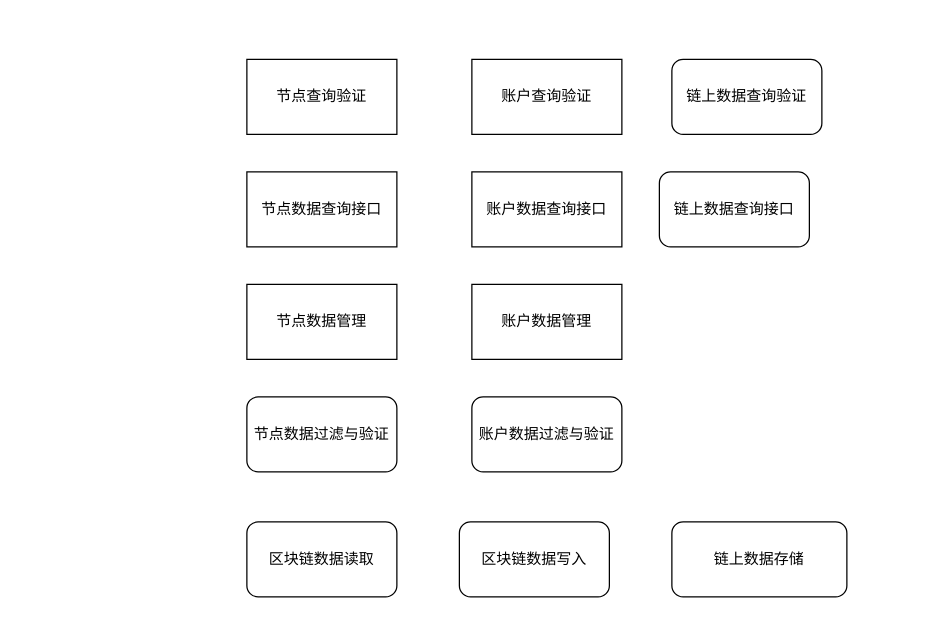
Above: 有传框架.drawio in frankyzf/drawio (draw.io), before the change. Source tidied: cells renumbered, new cells numbered last; positions are measured from the earlier drawing's top-left corner, leaving out a move shared by most shapes. Both pictures are drawn from the tidied source at 125%, with x=0, y=0 at pixel (246, 59).
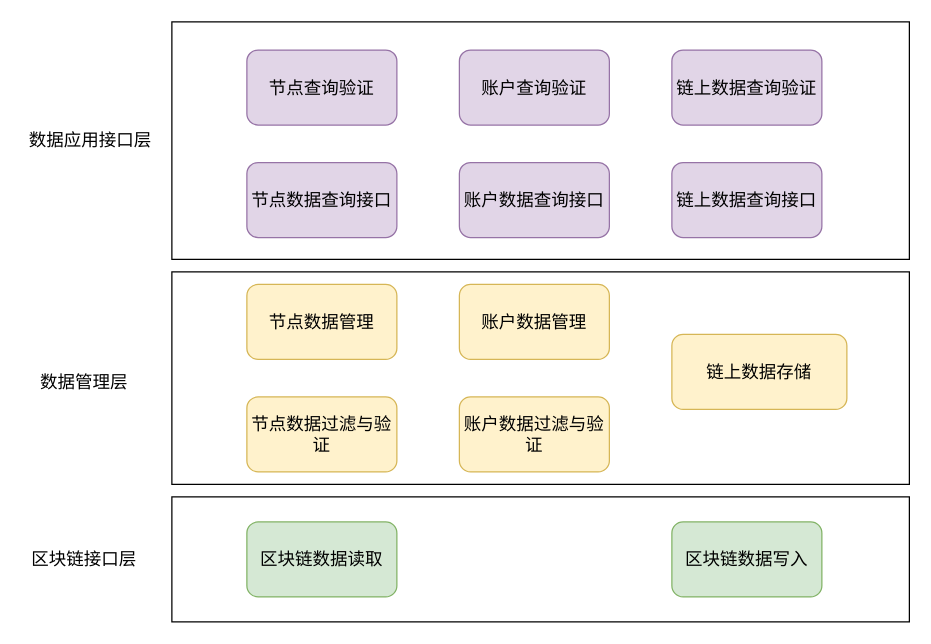
The same diagram, later.

Diff of the diagram source:
```diff
@@
+    <mxCell id="15" style="rounded=0;whiteSpace=wrap;html=1;fontSize=14;" parent="1" vertex="1">
+      <mxGeometry x="-60" y="-30" width="590" height="190" as="geometry" />
+    </mxCell>
+    <mxCell id="16" style="rounded=0;whiteSpace=wrap;html=1;fontSize=14;" parent="1" vertex="1">
+      <mxGeometry x="-60" y="170" width="590" height="170" as="geometry" />
+    </mxCell>
+    <mxCell id="17" style="rounded=0;whiteSpace=wrap;html=1;fontSize=14;" parent="1" vertex="1">
+      <mxGeometry x="-60" y="350" width="590" height="100" as="geometry" />
+    </mxCell>
-    <mxCell id="2" value="区块链数据读取" style="rounded=1;whiteSpace=wrap;html=1;" parent="1" vertex="1">
+    <mxCell id="2" value="区块链数据读取" style="rounded=1;whiteSpace=wrap;html=1;fontSize=14;fillColor=#d5e8d4;strokeColor=#82b366;" parent="1" vertex="1">
       <mxGeometry y="370" width="120" height="60" as="geometry" />
     </mxCell>
-    <mxCell id="3" value="区块链数据写入" style="rounded=1;whiteSpace=wrap;html=1;" parent="1" vertex="1">
-      <mxGeometry x="170" y="370" width="120" height="60" as="geometry" />
+    <mxCell id="3" value="区块链数据写入" style="rounded=1;whiteSpace=wrap;html=1;fontSize=14;fillColor=#d5e8d4;strokeColor=#82b366;" parent="1" vertex="1">
+      <mxGeometry x="340" y="370" width="120" height="60" as="geometry" />
     </mxCell>
-    <mxCell id="4" value="节点数据过滤与验证" style="rounded=1;whiteSpace=wrap;html=1;" parent="1" vertex="1">
+    <mxCell id="4" value="节点数据过滤与验证" style="rounded=1;whiteSpace=wrap;html=1;fontSize=14;fillColor=#fff2cc;strokeColor=#d6b656;" parent="1" vertex="1">
       <mxGeometry y="270" width="120" height="60" as="geometry" />
     </mxCell>
-    <mxCell id="5" value="节点数据管理" style="rounded=0;whiteSpace=wrap;html=1;" parent="1" vertex="1">
+    <mxCell id="5" value="节点数据管理" style="rounded=1;whiteSpace=wrap;html=1;fontSize=14;fillColor=#fff2cc;strokeColor=#d6b656;" parent="1" vertex="1">
       <mxGeometry y="180" width="120" height="60" as="geometry" />
     </mxCell>
-    <mxCell id="6" value="节点数据查询接口" style="rounded=0;whiteSpace=wrap;html=1;" parent="1" vertex="1">
-      <mxGeometry y="90" width="120" height="60" as="geometry" />
+    <mxCell id="6" value="节点数据查询接口" style="rounded=1;whiteSpace=wrap;html=1;fontSize=14;fillColor=#e1d5e7;strokeColor=#9673a6;" parent="1" vertex="1">
+      <mxGeometry y="82.5" width="120" height="60" as="geometry" />
     </mxCell>
-    <mxCell id="7" value="账户数据过滤与验证" style="rounded=1;whiteSpace=wrap;html=1;" parent="1" vertex="1">
-      <mxGeometry x="180" y="270" width="120" height="60" as="geometry" />
+    <mxCell id="7" value="账户数据过滤与验证" style="rounded=1;whiteSpace=wrap;html=1;fontSize=14;fillColor=#fff2cc;strokeColor=#d6b656;" parent="1" vertex="1">
+      <mxGeometry x="170" y="270" width="120" height="60" as="geometry" />
     </mxCell>
-    <mxCell id="8" value="节点查询验证" style="rounded=0;whiteSpace=wrap;html=1;" parent="1" vertex="1">
-      <mxGeometry width="120" height="60" as="geometry" />
+    <mxCell id="8" value="节点查询验证" style="rounded=1;whiteSpace=wrap;html=1;fontSize=14;fillColor=#e1d5e7;strokeColor=#9673a6;" parent="1" vertex="1">
+      <mxGeometry y="-7.5" width="120" height="60" as="geometry" />
     </mxCell>
-    <mxCell id="9" value="账户数据管理" style="rounded=0;whiteSpace=wrap;html=1;" parent="1" vertex="1">
-      <mxGeometry x="180" y="180" width="120" height="60" as="geometry" />
+    <mxCell id="9" value="账户数据管理" style="rounded=1;whiteSpace=wrap;html=1;fontSize=14;fillColor=#fff2cc;strokeColor=#d6b656;" parent="1" vertex="1">
+      <mxGeometry x="170" y="180" width="120" height="60" as="geometry" />
     </mxCell>
-    <mxCell id="10" value="账户数据查询接口" style="rounded=0;whiteSpace=wrap;html=1;" parent="1" vertex="1">
-      <mxGeometry x="180" y="90" width="120" height="60" as="geometry" />
+    <mxCell id="10" value="账户数据查询接口" style="rounded=1;whiteSpace=wrap;html=1;fontSize=14;fillColor=#e1d5e7;strokeColor=#9673a6;" parent="1" vertex="1">
+      <mxGeometry x="170" y="82.5" width="120" height="60" as="geometry" />
     </mxCell>
-    <mxCell id="11" value="账户查询验证" style="rounded=0;whiteSpace=wrap;html=1;" parent="1" vertex="1">
-      <mxGeometry x="180" width="120" height="60" as="geometry" />
+    <mxCell id="11" value="账户查询验证" style="rounded=1;whiteSpace=wrap;html=1;fontSize=14;fillColor=#e1d5e7;strokeColor=#9673a6;" parent="1" vertex="1">
+      <mxGeometry x="170" y="-7.5" width="120" height="60" as="geometry" />
     </mxCell>
-    <mxCell id="12" value="链上数据存储" style="rounded=1;whiteSpace=wrap;html=1;" parent="1" vertex="1">
-      <mxGeometry x="340" y="370" width="140" height="60" as="geometry" />
+    <mxCell id="12" value="链上数据存储" style="rounded=1;whiteSpace=wrap;html=1;fontSize=14;fillColor=#fff2cc;strokeColor=#d6b656;" parent="1" vertex="1">
+      <mxGeometry x="340" y="220" width="140" height="60" as="geometry" />
     </mxCell>
-    <mxCell id="13" value="链上数据查询接口" style="rounded=1;whiteSpace=wrap;html=1;" parent="1" vertex="1">
-      <mxGeometry x="330" y="90" width="120" height="60" as="geometry" />
+    <mxCell id="13" value="链上数据查询接口" style="rounded=1;whiteSpace=wrap;html=1;fontSize=14;fillColor=#e1d5e7;strokeColor=#9673a6;" parent="1" vertex="1">
+      <mxGeometry x="340" y="82.5" width="120" height="60" as="geometry" />
     </mxCell>
-    <mxCell id="14" value="链上数据查询验证" style="rounded=1;whiteSpace=wrap;html=1;" parent="1" vertex="1">
-      <mxGeometry x="340" width="120" height="60" as="geometry" />
+    <mxCell id="14" value="链上数据查询验证" style="rounded=1;whiteSpace=wrap;html=1;fontSize=14;fillColor=#e1d5e7;strokeColor=#9673a6;" parent="1" vertex="1">
+      <mxGeometry x="340" y="-7.5" width="120" height="60" as="geometry" />
     </mxCell>
+    <mxCell id="18" value="区块链接口层" style="text;html=1;strokeColor=none;fillColor=none;align=center;verticalAlign=middle;whiteSpace=wrap;rounded=0;fontSize=14;" parent="1" vertex="1">
+      <mxGeometry x="-175" y="385" width="90" height="30" as="geometry" />
+    </mxCell>
+    <mxCell id="19" value="数据管理层" style="text;html=1;strokeColor=none;fillColor=none;align=center;verticalAlign=middle;whiteSpace=wrap;rounded=0;fontSize=14;" parent="1" vertex="1">
+      <mxGeometry x="-170" y="235" width="80" height="45" as="geometry" />
+    </mxCell>
+    <mxCell id="20" value="数据应用接口层" style="text;html=1;strokeColor=none;fillColor=none;align=center;verticalAlign=middle;whiteSpace=wrap;rounded=0;fontSize=14;" parent="1" vertex="1">
+      <mxGeometry x="-180" y="42.5" width="110" height="45" as="geometry" />
+    </mxCell>
```
